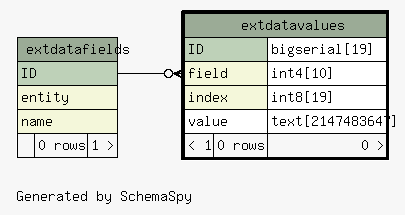
This is diagrams/extdatavalues.1degree.png from zeyosinc/zeyos-schema, a Graphviz export, as it was before one commit. Its source is kept beside it as diagrams/extdatavalues.1degree.dot.
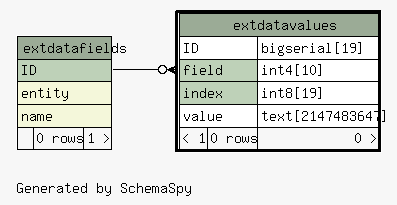
Above is the later version.

What changed in the source:
```diff
@@ -34,9 +34,9 @@
     label=<
     <TABLE BORDER="2" CELLBORDER="1" CELLSPACING="0" BGCOLOR="#ffffff">
       <TR><TD COLSPAN="3" BGCOLOR="#9bab96" ALIGN="CENTER">extdatavalues</TD></TR>
-      <TR><TD PORT="ID" COLSPAN="2" BGCOLOR="#bed1b8" ALIGN="LEFT">ID</TD><TD PORT="ID.type" ALIGN="LEFT">bigserial[19]</TD></TR>
-      <TR><TD PORT="field" COLSPAN="2" BGCOLOR="#f4f7da" ALIGN="LEFT">field</TD><TD PORT="field.type" ALIGN="LEFT">int4[10]</TD></TR>
-      <TR><TD PORT="index" COLSPAN="2" BGCOLOR="#f4f7da" ALIGN="LEFT">index</TD><TD PORT="index.type" ALIGN="LEFT">int8[19]</TD></TR>
+      <TR><TD PORT="ID" COLSPAN="2" ALIGN="LEFT">ID</TD><TD PORT="ID.type" ALIGN="LEFT">bigserial[19]</TD></TR>
+      <TR><TD PORT="field" COLSPAN="2" BGCOLOR="#bed1b8" ALIGN="LEFT">field</TD><TD PORT="field.type" ALIGN="LEFT">int4[10]</TD></TR>
+      <TR><TD PORT="index" COLSPAN="2" BGCOLOR="#bed1b8" ALIGN="LEFT">index</TD><TD PORT="index.type" ALIGN="LEFT">int8[19]</TD></TR>
       <TR><TD PORT="value" COLSPAN="2" ALIGN="LEFT">value</TD><TD PORT="value.type" ALIGN="LEFT">text[2147483647]</TD></TR>
       <TR><TD ALIGN="LEFT" BGCOLOR="#f7f7f7">&lt; 1</TD><TD ALIGN="RIGHT" BGCOLOR="#f7f7f7">0 rows</TD><TD ALIGN="RIGHT" BGCOLOR="#f7f7f7">0 &gt;</TD></TR>
     </TABLE>>
```
